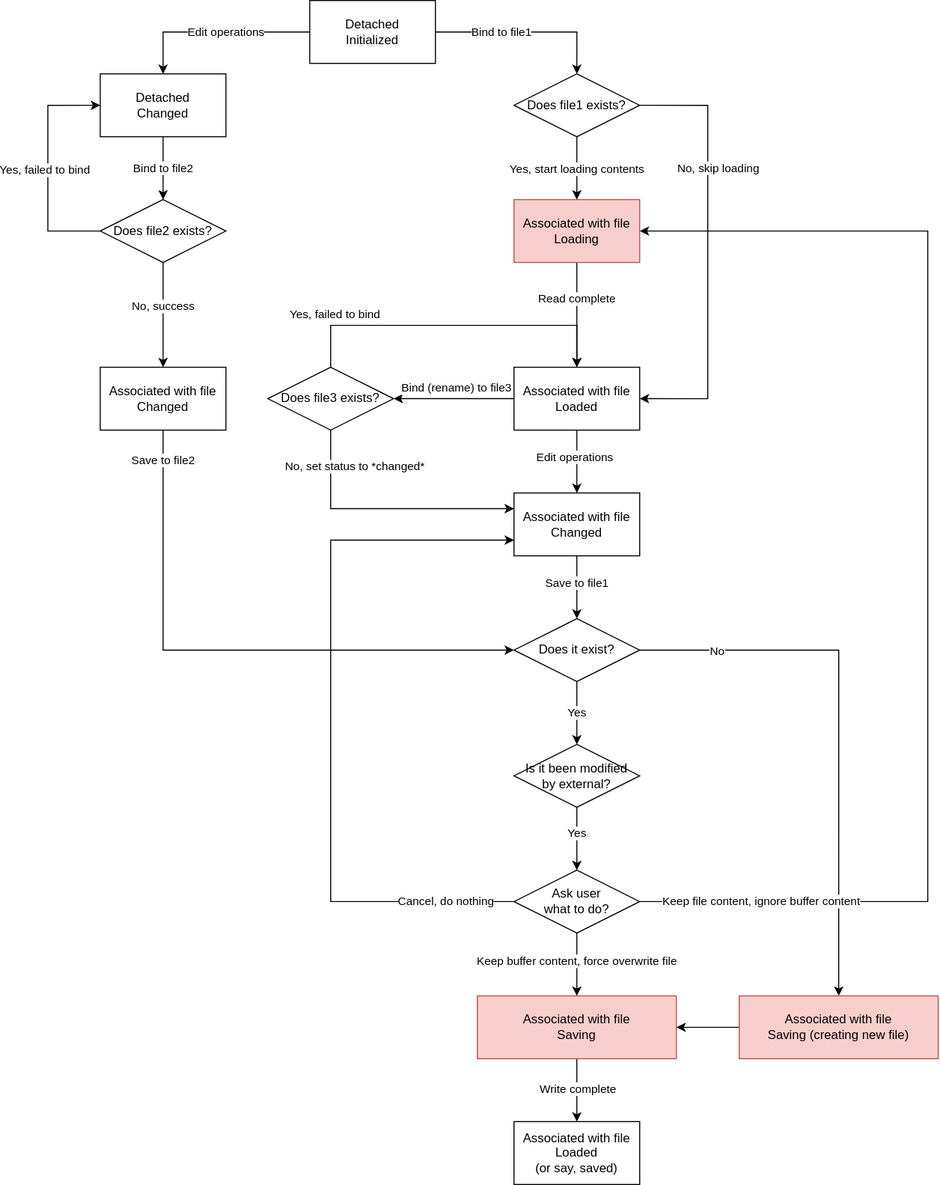
Earlier version of the draw.io export images/4-WindowsAndBuffers-1-FileBuffer.1.drawio.svg (rsvim/rfc). Source tidied: cells renumbered, new cells last; positions are measured from the earlier drawing's top-left corner, leaving out a move shared by most shapes.
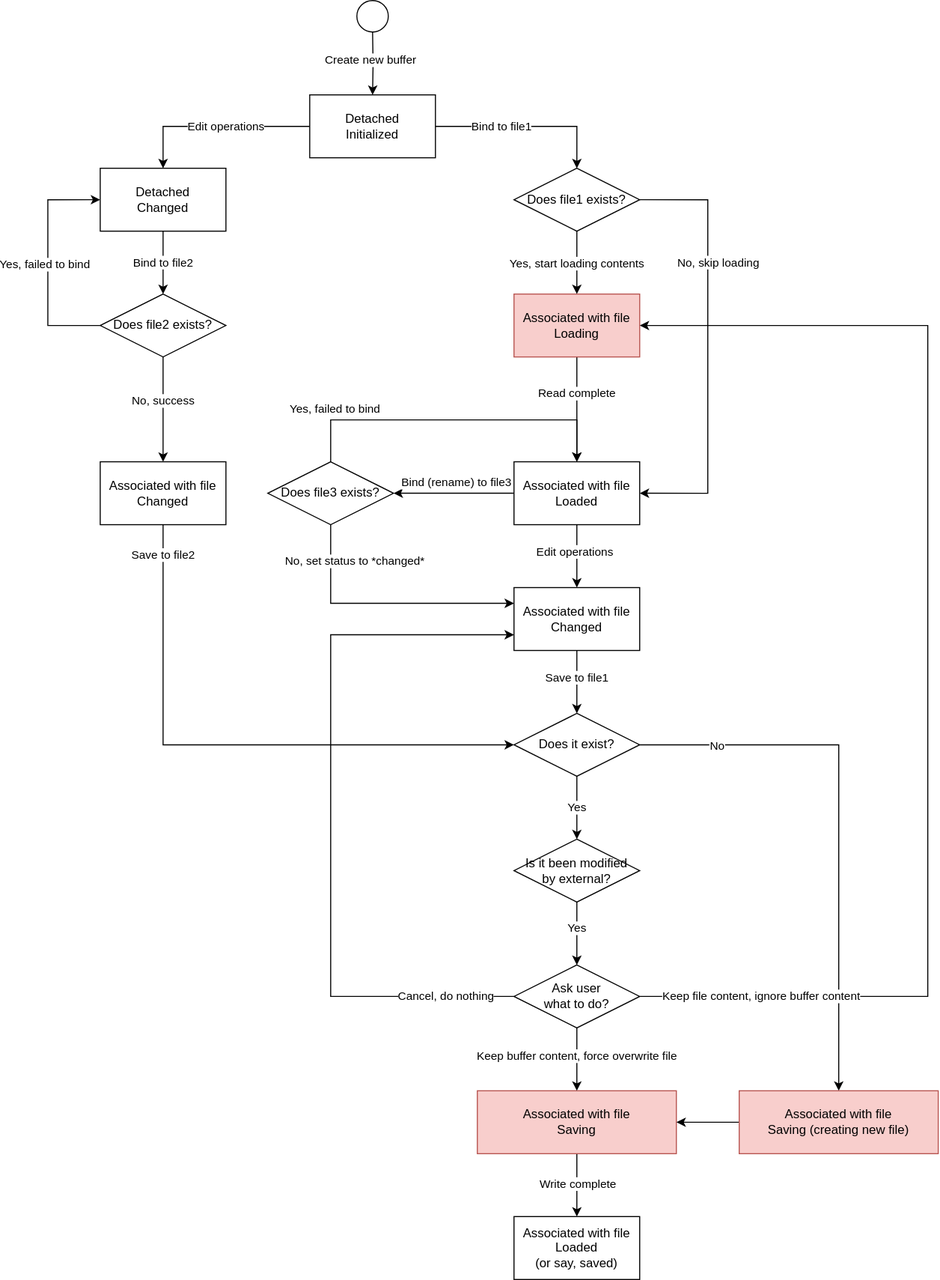
After the change.

The edit, as a diff of the source:
```diff
@@ -236,5 +236,16 @@
     <mxCell id="58" value="Ask user&lt;br&gt;what to do?" style="rhombus;whiteSpace=wrap;html=1;" parent="1" vertex="1">
       <mxGeometry x="445" y="830" width="120" height="60" as="geometry" />
     </mxCell>
+    <mxCell id="59" style="edgeStyle=orthogonalEdgeStyle;rounded=0;jettySize=auto;html=1;entryX=0.5;entryY=0;entryDx=0;entryDy=0;" parent="1" edge="1" target="5">
+      <mxGeometry relative="1" as="geometry">
+        <mxPoint x="310" y="-60" as="sourcePoint" />
+      </mxGeometry>
+    </mxCell>
+    <mxCell id="60" value="Create new buffer" style="edgeLabel;html=1;align=center;verticalAlign=middle;" parent="59" vertex="1">
+      <mxGeometry x="-0.1" y="-3" relative="1" as="geometry" />
+    </mxCell>
+    <mxCell id="61" style="ellipse;whiteSpace=wrap;html=1;" parent="1" vertex="1">
+      <mxGeometry x="295" y="-90" width="30" height="30" as="geometry" />
+    </mxCell>
   </root>
 </mxGraphModel>
```
